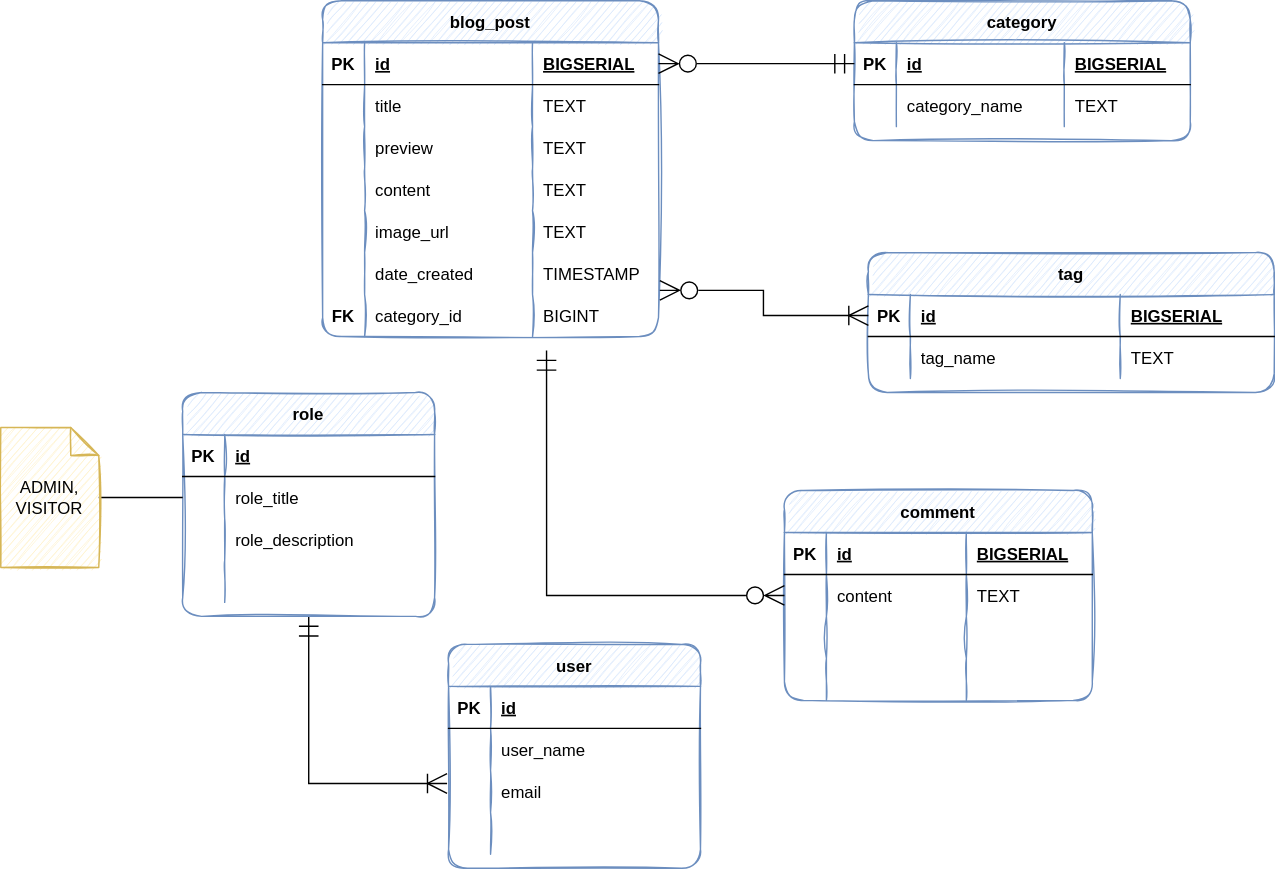
This is src/blog_ER_Diagram.drawio.svg from OussamaKhouya/my-personal-blog-springboot, a draw.io export, as it was before one commit. Source tidied: cells renumbered, new cells last; positions are measured from the earlier drawing's top-left corner, leaving out a move shared by most shapes.
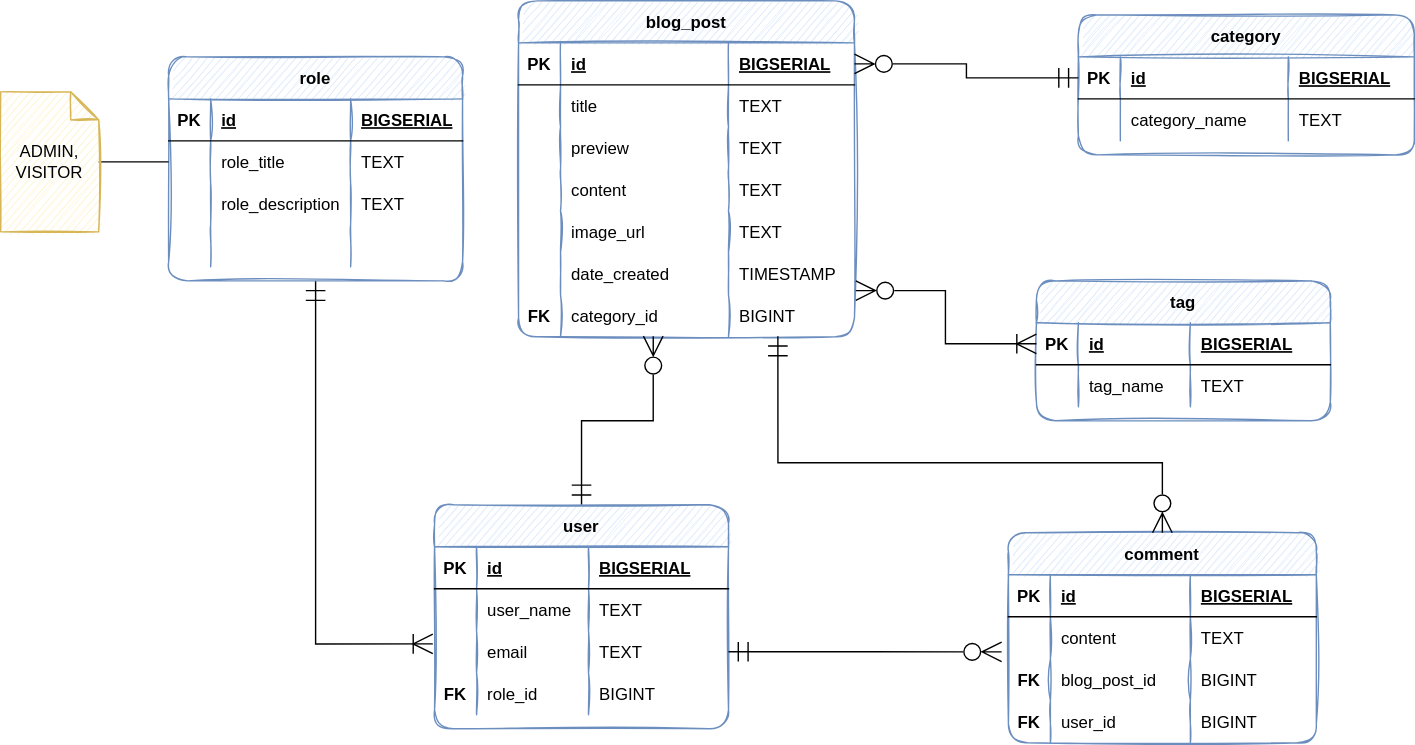
After the commit.

The edit, as a diff of the source:
```diff
@@ -3,7 +3,7 @@
     <mxCell id="0" />
     <mxCell id="1" parent="0" />
     <mxCell id="2" value="category" style="shape=table;startSize=30;rowLines=0;fontStyle=1;align=center;shadow=0;rounded=1;sketch=1;fillColor=#dae8fc;strokeColor=#6c8ebf;" parent="1" vertex="1">
-      <mxGeometry x="610" width="240" height="100" as="geometry" />
+      <mxGeometry x="750" width="240" height="100" as="geometry" />
     </mxCell>
     <mxCell id="3" style="shape=partialRectangle;fillColor=none;points=[[0,0.5],[1,0.5]];portConstraint=eastwest;top=0;left=0;right=0;bottom=1;" parent="2" vertex="1">
       <mxGeometry y="30" width="240" height="30" as="geometry" />
@@ -30,7 +30,7 @@
       <mxGeometry x="150" width="90" height="30" as="geometry" />
     </mxCell>
     <mxCell id="11" value="blog_post" style="shape=table;startSize=30;rowLines=0;fontStyle=1;align=center;rounded=1;fillColor=#dae8fc;strokeColor=#6c8ebf;shadow=0;sketch=1;" parent="1" vertex="1">
-      <mxGeometry x="230" width="240" height="240" as="geometry" />
+      <mxGeometry x="350" y="-10" width="240" height="240" as="geometry" />
     </mxCell>
     <mxCell id="12" style="shape=partialRectangle;fillColor=none;points=[[0,0.5],[1,0.5]];portConstraint=eastwest;top=0;left=0;right=0;bottom=1;" parent="11" vertex="1">
       <mxGeometry y="30" width="240" height="30" as="geometry" />
@@ -117,7 +117,7 @@
       <mxGeometry x="150" width="90" height="30" as="geometry" />
     </mxCell>
     <mxCell id="40" value="comment" style="shape=table;startSize=30;rowLines=0;fontStyle=1;align=center;shadow=0;rounded=1;sketch=1;fillColor=#dae8fc;strokeColor=#6c8ebf;" parent="1" vertex="1">
-      <mxGeometry x="560" y="350" width="220" height="150" as="geometry" />
+      <mxGeometry x="700" y="370" width="220" height="150" as="geometry" />
     </mxCell>
     <mxCell id="41" style="shape=tableRow;horizontal=0;startSize=0;swimlaneHead=0;swimlaneBody=0;fillColor=none;top=0;left=0;right=0;bottom=1;" parent="40" vertex="1">
       <mxGeometry y="30" width="220" height="30" as="geometry" />
@@ -146,140 +146,167 @@
     <mxCell id="49" style="shape=tableRow;horizontal=0;startSize=0;swimlaneHead=0;swimlaneBody=0;fillColor=none;top=0;left=0;right=0;bottom=0;" parent="40" vertex="1">
       <mxGeometry y="90" width="220" height="30" as="geometry" />
     </mxCell>
-    <mxCell id="50" style="shape=partialRectangle;fillColor=none;top=0;left=0;bottom=0;right=0;overflow=hidden;" parent="49" vertex="1">
+    <mxCell id="50" value="FK" style="shape=partialRectangle;fillColor=none;top=0;left=0;bottom=0;right=0;overflow=hidden;fontStyle=1;" parent="49" vertex="1">
       <mxGeometry width="30" height="30" as="geometry" />
     </mxCell>
-    <mxCell id="51" style="shape=partialRectangle;fillColor=none;top=0;left=0;bottom=0;right=0;align=left;spacingLeft=6;overflow=hidden;" parent="49" vertex="1">
+    <mxCell id="51" value="blog_post_id" style="shape=partialRectangle;fillColor=none;top=0;left=0;bottom=0;right=0;align=left;spacingLeft=6;overflow=hidden;" parent="49" vertex="1">
       <mxGeometry x="30" width="100" height="30" as="geometry" />
     </mxCell>
-    <mxCell id="52" style="shape=partialRectangle;fillColor=none;top=0;left=0;bottom=0;right=0;align=left;spacingLeft=6;overflow=hidden;" parent="49" vertex="1">
+    <mxCell id="52" value="BIGINT" style="shape=partialRectangle;fillColor=none;top=0;left=0;bottom=0;right=0;align=left;spacingLeft=6;overflow=hidden;" parent="49" vertex="1">
       <mxGeometry x="130" width="90" height="30" as="geometry" />
     </mxCell>
     <mxCell id="53" style="shape=tableRow;horizontal=0;startSize=0;swimlaneHead=0;swimlaneBody=0;fillColor=none;top=0;left=0;right=0;bottom=0;" parent="40" vertex="1">
       <mxGeometry y="120" width="220" height="30" as="geometry" />
     </mxCell>
-    <mxCell id="54" style="shape=partialRectangle;fillColor=none;top=0;left=0;bottom=0;right=0;overflow=hidden;" parent="53" vertex="1">
+    <mxCell id="54" value="FK" style="shape=partialRectangle;fillColor=none;top=0;left=0;bottom=0;right=0;overflow=hidden;fontStyle=1;" parent="53" vertex="1">
       <mxGeometry width="30" height="30" as="geometry" />
     </mxCell>
-    <mxCell id="55" style="shape=partialRectangle;fillColor=none;top=0;left=0;bottom=0;right=0;align=left;spacingLeft=6;overflow=hidden;" parent="53" vertex="1">
+    <mxCell id="55" value="user_id" style="shape=partialRectangle;fillColor=none;top=0;left=0;bottom=0;right=0;align=left;spacingLeft=6;overflow=hidden;" parent="53" vertex="1">
       <mxGeometry x="30" width="100" height="30" as="geometry" />
     </mxCell>
-    <mxCell id="56" style="shape=partialRectangle;fillColor=none;top=0;left=0;bottom=0;right=0;align=left;spacingLeft=6;overflow=hidden;" parent="53" vertex="1">
+    <mxCell id="56" value="BIGINT" style="shape=partialRectangle;fillColor=none;top=0;left=0;bottom=0;right=0;align=left;spacingLeft=6;overflow=hidden;" parent="53" vertex="1">
       <mxGeometry x="130" width="90" height="30" as="geometry" />
     </mxCell>
+    <mxCell id="98" style="edgeStyle=orthogonalEdgeStyle;rounded=0;jettySize=auto;html=1;startArrow=ERmandOne;startFill=0;endArrow=ERzeroToMany;endFill=0;startSize=12;endSize=12;entryX=0.401;entryY=0.985;entryDx=0;entryDy=0;entryPerimeter=0;" parent="1" edge="1" source="57" target="36">
+      <mxGeometry relative="1" as="geometry" />
+    </mxCell>
     <mxCell id="57" value="user" style="shape=table;startSize=30;rowLines=0;fontStyle=1;align=center;shadow=0;rounded=1;sketch=1;fillColor=#dae8fc;strokeColor=#6c8ebf;" parent="1" vertex="1">
-      <mxGeometry x="320" y="460" width="180" height="160" as="geometry" />
+      <mxGeometry x="290" y="350" width="210" height="160" as="geometry" />
     </mxCell>
     <mxCell id="58" style="shape=tableRow;horizontal=0;startSize=0;swimlaneHead=0;swimlaneBody=0;fillColor=none;top=0;left=0;right=0;bottom=1;" parent="57" vertex="1">
-      <mxGeometry y="30" width="180" height="30" as="geometry" />
+      <mxGeometry y="30" width="210" height="30" as="geometry" />
     </mxCell>
     <mxCell id="59" value="PK" style="shape=partialRectangle;fillColor=none;top=0;left=0;bottom=0;right=0;fontStyle=1;overflow=hidden;" parent="58" vertex="1">
       <mxGeometry width="30" height="30" as="geometry" />
     </mxCell>
     <mxCell id="60" value="id" style="shape=partialRectangle;fillColor=none;top=0;left=0;bottom=0;right=0;align=left;spacingLeft=6;fontStyle=5;overflow=hidden;" parent="58" vertex="1">
-      <mxGeometry x="30" width="150" height="30" as="geometry" />
+      <mxGeometry x="30" width="80" height="30" as="geometry" />
     </mxCell>
+    <mxCell id="99" value="BIGSERIAL" style="shape=partialRectangle;fillColor=none;top=0;left=0;bottom=0;right=0;align=left;spacingLeft=6;fontStyle=5;overflow=hidden;" parent="58" vertex="1">
+      <mxGeometry x="110" width="100" height="30" as="geometry" />
+    </mxCell>
     <mxCell id="61" style="shape=tableRow;horizontal=0;startSize=0;swimlaneHead=0;swimlaneBody=0;fillColor=none;top=0;left=0;right=0;bottom=0;" parent="57" vertex="1">
-      <mxGeometry y="60" width="180" height="30" as="geometry" />
+      <mxGeometry y="60" width="210" height="30" as="geometry" />
     </mxCell>
     <mxCell id="62" style="shape=partialRectangle;fillColor=none;top=0;left=0;bottom=0;right=0;overflow=hidden;" parent="61" vertex="1">
       <mxGeometry width="30" height="30" as="geometry" />
     </mxCell>
     <mxCell id="63" value="user_name" style="shape=partialRectangle;fillColor=none;top=0;left=0;bottom=0;right=0;align=left;spacingLeft=6;overflow=hidden;" parent="61" vertex="1">
-      <mxGeometry x="30" width="150" height="30" as="geometry" />
+      <mxGeometry x="30" width="80" height="30" as="geometry" />
     </mxCell>
+    <mxCell id="100" value="TEXT" style="shape=partialRectangle;fillColor=none;top=0;left=0;bottom=0;right=0;align=left;spacingLeft=6;overflow=hidden;" parent="61" vertex="1">
+      <mxGeometry x="110" width="100" height="30" as="geometry" />
+    </mxCell>
     <mxCell id="64" style="shape=tableRow;horizontal=0;startSize=0;swimlaneHead=0;swimlaneBody=0;fillColor=none;points=[[0,0.5],[1,0.5]];portConstraint=eastwest;top=0;left=0;right=0;bottom=0;" parent="57" vertex="1">
-      <mxGeometry y="90" width="180" height="30" as="geometry" />
+      <mxGeometry y="90" width="210" height="30" as="geometry" />
     </mxCell>
     <mxCell id="65" style="shape=partialRectangle;fillColor=none;top=0;left=0;bottom=0;right=0;overflow=hidden;" parent="64" vertex="1">
       <mxGeometry width="30" height="30" as="geometry" />
     </mxCell>
     <mxCell id="66" value="email" style="shape=partialRectangle;fillColor=none;top=0;left=0;bottom=0;right=0;align=left;spacingLeft=6;overflow=hidden;" parent="64" vertex="1">
-      <mxGeometry x="30" width="150" height="30" as="geometry" />
+      <mxGeometry x="30" width="80" height="30" as="geometry" />
     </mxCell>
+    <mxCell id="101" value="TEXT" style="shape=partialRectangle;fillColor=none;top=0;left=0;bottom=0;right=0;align=left;spacingLeft=6;overflow=hidden;" parent="64" vertex="1">
+      <mxGeometry x="110" width="100" height="30" as="geometry" />
+    </mxCell>
     <mxCell id="67" style="shape=tableRow;horizontal=0;startSize=0;swimlaneHead=0;swimlaneBody=0;fillColor=none;top=0;left=0;right=0;bottom=0;" parent="57" vertex="1">
-      <mxGeometry y="120" width="180" height="30" as="geometry" />
+      <mxGeometry y="120" width="210" height="30" as="geometry" />
     </mxCell>
-    <mxCell id="68" style="shape=partialRectangle;fillColor=none;top=0;left=0;bottom=0;right=0;overflow=hidden;" parent="67" vertex="1">
+    <mxCell id="68" value="FK" style="shape=partialRectangle;fillColor=none;top=0;left=0;bottom=0;right=0;overflow=hidden;fontStyle=1;" parent="67" vertex="1">
       <mxGeometry width="30" height="30" as="geometry" />
     </mxCell>
-    <mxCell id="69" style="shape=partialRectangle;fillColor=none;top=0;left=0;bottom=0;right=0;align=left;spacingLeft=6;overflow=hidden;" parent="67" vertex="1">
-      <mxGeometry x="30" width="150" height="30" as="geometry" />
+    <mxCell id="69" value="role_id" style="shape=partialRectangle;fillColor=none;top=0;left=0;bottom=0;right=0;align=left;spacingLeft=6;overflow=hidden;" parent="67" vertex="1">
+      <mxGeometry x="30" width="80" height="30" as="geometry" />
     </mxCell>
+    <mxCell id="102" value="BIGINT" style="shape=partialRectangle;fillColor=none;top=0;left=0;bottom=0;right=0;align=left;spacingLeft=6;overflow=hidden;" parent="67" vertex="1">
+      <mxGeometry x="110" width="100" height="30" as="geometry" />
+    </mxCell>
     <mxCell id="70" style="edgeStyle=orthogonalEdgeStyle;rounded=0;jettySize=auto;html=1;entryX=-0.006;entryY=0.313;entryDx=0;entryDy=0;entryPerimeter=0;startArrow=ERmandOne;startFill=0;endArrow=ERoneToMany;endFill=0;startSize=12;endSize=12;" parent="1" edge="1" source="71" target="64">
       <mxGeometry relative="1" as="geometry" />
     </mxCell>
     <mxCell id="71" value="role" style="shape=table;startSize=30;rowLines=0;fontStyle=1;align=center;shadow=0;rounded=1;sketch=1;fillColor=#dae8fc;strokeColor=#6c8ebf;" parent="1" vertex="1">
-      <mxGeometry x="130" y="280" width="180" height="160" as="geometry" />
+      <mxGeometry x="100" y="30" width="210" height="160" as="geometry" />
     </mxCell>
     <mxCell id="72" style="shape=tableRow;horizontal=0;startSize=0;swimlaneHead=0;swimlaneBody=0;fillColor=none;top=0;left=0;right=0;bottom=1;" parent="71" vertex="1">
-      <mxGeometry y="30" width="180" height="30" as="geometry" />
+      <mxGeometry y="30" width="210" height="30" as="geometry" />
     </mxCell>
     <mxCell id="73" value="PK" style="shape=partialRectangle;fillColor=none;top=0;left=0;bottom=0;right=0;fontStyle=1;overflow=hidden;" parent="72" vertex="1">
       <mxGeometry width="30" height="30" as="geometry" />
     </mxCell>
     <mxCell id="74" value="id" style="shape=partialRectangle;fillColor=none;top=0;left=0;bottom=0;right=0;align=left;spacingLeft=6;fontStyle=5;overflow=hidden;" parent="72" vertex="1">
-      <mxGeometry x="30" width="150" height="30" as="geometry" />
+      <mxGeometry x="30" width="100" height="30" as="geometry" />
     </mxCell>
+    <mxCell id="103" value="BIGSERIAL" style="shape=partialRectangle;fillColor=none;top=0;left=0;bottom=0;right=0;align=left;spacingLeft=6;fontStyle=5;overflow=hidden;" parent="72" vertex="1">
+      <mxGeometry x="130" width="80" height="30" as="geometry" />
+    </mxCell>
     <mxCell id="75" style="shape=tableRow;horizontal=0;startSize=0;swimlaneHead=0;swimlaneBody=0;fillColor=none;points=[[0,0.5],[1,0.5]];portConstraint=eastwest;top=0;left=0;right=0;bottom=0;" parent="71" vertex="1">
-      <mxGeometry y="60" width="180" height="30" as="geometry" />
+      <mxGeometry y="60" width="210" height="30" as="geometry" />
     </mxCell>
     <mxCell id="76" style="shape=partialRectangle;fillColor=none;top=0;left=0;bottom=0;right=0;overflow=hidden;" parent="75" vertex="1">
       <mxGeometry width="30" height="30" as="geometry" />
     </mxCell>
     <mxCell id="77" value="role_title" style="shape=partialRectangle;fillColor=none;top=0;left=0;bottom=0;right=0;align=left;spacingLeft=6;overflow=hidden;" parent="75" vertex="1">
-      <mxGeometry x="30" width="150" height="30" as="geometry" />
+      <mxGeometry x="30" width="100" height="30" as="geometry" />
     </mxCell>
+    <mxCell id="104" value="TEXT" style="shape=partialRectangle;fillColor=none;top=0;left=0;bottom=0;right=0;align=left;spacingLeft=6;overflow=hidden;" parent="75" vertex="1">
+      <mxGeometry x="130" width="80" height="30" as="geometry" />
+    </mxCell>
     <mxCell id="78" style="shape=tableRow;horizontal=0;startSize=0;swimlaneHead=0;swimlaneBody=0;fillColor=none;top=0;left=0;right=0;bottom=0;" parent="71" vertex="1">
-      <mxGeometry y="90" width="180" height="30" as="geometry" />
+      <mxGeometry y="90" width="210" height="30" as="geometry" />
     </mxCell>
     <mxCell id="79" style="shape=partialRectangle;fillColor=none;top=0;left=0;bottom=0;right=0;overflow=hidden;" parent="78" vertex="1">
       <mxGeometry width="30" height="30" as="geometry" />
     </mxCell>
     <mxCell id="80" value="role_description" style="shape=partialRectangle;fillColor=none;top=0;left=0;bottom=0;right=0;align=left;spacingLeft=6;overflow=hidden;" parent="78" vertex="1">
-      <mxGeometry x="30" width="150" height="30" as="geometry" />
+      <mxGeometry x="30" width="100" height="30" as="geometry" />
     </mxCell>
+    <mxCell id="105" value="TEXT" style="shape=partialRectangle;fillColor=none;top=0;left=0;bottom=0;right=0;align=left;spacingLeft=6;overflow=hidden;" parent="78" vertex="1">
+      <mxGeometry x="130" width="80" height="30" as="geometry" />
+    </mxCell>
     <mxCell id="81" style="shape=tableRow;horizontal=0;startSize=0;swimlaneHead=0;swimlaneBody=0;fillColor=none;top=0;left=0;right=0;bottom=0;" parent="71" vertex="1">
-      <mxGeometry y="120" width="180" height="30" as="geometry" />
+      <mxGeometry y="120" width="210" height="30" as="geometry" />
     </mxCell>
     <mxCell id="82" style="shape=partialRectangle;fillColor=none;top=0;left=0;bottom=0;right=0;overflow=hidden;" parent="81" vertex="1">
       <mxGeometry width="30" height="30" as="geometry" />
     </mxCell>
     <mxCell id="83" style="shape=partialRectangle;fillColor=none;top=0;left=0;bottom=0;right=0;align=left;spacingLeft=6;overflow=hidden;" parent="81" vertex="1">
-      <mxGeometry x="30" width="150" height="30" as="geometry" />
+      <mxGeometry x="30" width="100" height="30" as="geometry" />
     </mxCell>
+    <mxCell id="106" style="shape=partialRectangle;fillColor=none;top=0;left=0;bottom=0;right=0;align=left;spacingLeft=6;overflow=hidden;" parent="81" vertex="1">
+      <mxGeometry x="130" width="80" height="30" as="geometry" />
+    </mxCell>
     <mxCell id="84" style="edgeStyle=orthogonalEdgeStyle;rounded=0;jettySize=auto;html=1;entryX=0;entryY=0.5;entryDx=0;entryDy=0;endArrow=none;endFill=0;" parent="1" edge="1" source="85" target="75">
       <mxGeometry relative="1" as="geometry" />
     </mxCell>
     <mxCell id="85" value="ADMIN, VISITOR" style="shape=note;size=20;whiteSpace=wrap;html=1;rounded=1;shadow=0;sketch=1;fillColor=#fff2cc;strokeColor=#d6b656;" parent="1" vertex="1">
-      <mxGeometry y="305" width="70" height="100" as="geometry" />
+      <mxGeometry x="-20" y="55" width="70" height="100" as="geometry" />
     </mxCell>
     <mxCell id="86" value="tag" style="shape=table;startSize=30;rowLines=0;fontStyle=1;align=center;shadow=0;rounded=1;sketch=1;fillColor=#dae8fc;strokeColor=#6c8ebf;" parent="1" vertex="1">
-      <mxGeometry x="620" y="180" width="290" height="100" as="geometry" />
+      <mxGeometry x="720" y="190" width="210" height="100" as="geometry" />
     </mxCell>
     <mxCell id="87" style="shape=partialRectangle;fillColor=none;points=[[0,0.5],[1,0.5]];portConstraint=eastwest;top=0;left=0;right=0;bottom=1;" parent="86" vertex="1">
-      <mxGeometry y="30" width="290" height="30" as="geometry" />
+      <mxGeometry y="30" width="210" height="30" as="geometry" />
     </mxCell>
     <mxCell id="88" value="PK" style="shape=partialRectangle;overflow=hidden;fillColor=none;top=0;left=0;bottom=0;right=0;fontStyle=1;" parent="87" vertex="1">
       <mxGeometry width="30" height="30" as="geometry" />
     </mxCell>
     <mxCell id="89" value="id" style="shape=partialRectangle;overflow=hidden;fillColor=none;top=0;left=0;bottom=0;right=0;align=left;spacingLeft=6;fontStyle=5;" parent="87" vertex="1">
-      <mxGeometry x="30" width="150" height="30" as="geometry" />
+      <mxGeometry x="30" width="80" height="30" as="geometry" />
     </mxCell>
     <mxCell id="90" value="BIGSERIAL" style="shape=partialRectangle;overflow=hidden;fillColor=none;top=0;left=0;bottom=0;right=0;align=left;spacingLeft=6;fontStyle=5;" parent="87" vertex="1">
-      <mxGeometry x="180" width="110" height="30" as="geometry" />
+      <mxGeometry x="110" width="100" height="30" as="geometry" />
     </mxCell>
     <mxCell id="91" style="shape=partialRectangle;fillColor=none;top=0;left=0;right=0;bottom=0;" parent="86" vertex="1">
-      <mxGeometry y="60" width="290" height="30" as="geometry" />
+      <mxGeometry y="60" width="210" height="30" as="geometry" />
     </mxCell>
     <mxCell id="92" style="shape=partialRectangle;overflow=hidden;fillColor=none;top=0;left=0;bottom=0;right=0;" parent="91" vertex="1">
       <mxGeometry width="30" height="30" as="geometry" />
     </mxCell>
     <mxCell id="93" value="tag_name" style="shape=partialRectangle;overflow=hidden;fillColor=none;top=0;left=0;bottom=0;right=0;align=left;spacingLeft=6;" parent="91" vertex="1">
-      <mxGeometry x="30" width="150" height="30" as="geometry" />
+      <mxGeometry x="30" width="80" height="30" as="geometry" />
     </mxCell>
     <mxCell id="94" value="TEXT" style="shape=partialRectangle;overflow=hidden;fillColor=none;top=0;left=0;bottom=0;right=0;align=left;spacingLeft=6;" parent="91" vertex="1">
-      <mxGeometry x="180" width="110" height="30" as="geometry" />
+      <mxGeometry x="110" width="100" height="30" as="geometry" />
     </mxCell>
     <mxCell id="95" style="edgeStyle=orthogonalEdgeStyle;rounded=0;jettySize=auto;html=1;exitX=0;exitY=0.5;exitDx=0;exitDy=0;entryX=1;entryY=0.5;entryDx=0;entryDy=0;endArrow=ERzeroToMany;endFill=0;endSize=12;startArrow=ERmandOne;startFill=0;startSize=12;" parent="1" edge="1" source="3" target="12">
       <mxGeometry relative="1" as="geometry" />
@@ -287,10 +314,16 @@
     <mxCell id="96" style="edgeStyle=orthogonalEdgeStyle;rounded=0;jettySize=auto;html=1;exitX=0;exitY=0.5;exitDx=0;exitDy=0;entryX=1.004;entryY=0.9;entryDx=0;entryDy=0;entryPerimeter=0;startArrow=ERoneToMany;startFill=0;endArrow=ERzeroToMany;endFill=0;endSize=12;startSize=12;" parent="1" edge="1" source="87" target="32">
       <mxGeometry relative="1" as="geometry" />
     </mxCell>
-    <mxCell id="97" style="edgeStyle=orthogonalEdgeStyle;rounded=0;jettySize=auto;html=1;exitX=0;exitY=0.5;exitDx=0;exitDy=0;startArrow=ERzeroToMany;startFill=0;endArrow=ERmandOne;endFill=0;startSize=12;endSize=12;" parent="1" edge="1" source="45">
+    <mxCell id="97" style="edgeStyle=orthogonalEdgeStyle;rounded=0;jettySize=auto;html=1;exitX=0.5;exitY=0;exitDx=0;exitDy=0;startArrow=ERzeroToMany;startFill=0;endArrow=ERmandOne;endFill=0;startSize=12;endSize=12;entryX=0.772;entryY=0.985;entryDx=0;entryDy=0;entryPerimeter=0;" parent="1" edge="1" source="40" target="36">
       <mxGeometry relative="1" as="geometry">
-        <mxPoint x="390" y="250" as="targetPoint" />
+        <Array as="points">
+          <mxPoint x="810" y="320" />
+          <mxPoint x="535" y="320" />
+        </Array>
       </mxGeometry>
     </mxCell>
+    <mxCell id="107" style="edgeStyle=orthogonalEdgeStyle;rounded=0;jettySize=auto;html=1;exitX=1;exitY=0.5;exitDx=0;exitDy=0;entryX=-0.022;entryY=0.837;entryDx=0;entryDy=0;entryPerimeter=0;startArrow=ERmandOne;startFill=0;endArrow=ERzeroToMany;endFill=0;startSize=12;endSize=12;" parent="1" edge="1" source="64" target="45">
+      <mxGeometry relative="1" as="geometry" />
+    </mxCell>
   </root>
 </mxGraphModel>
```
